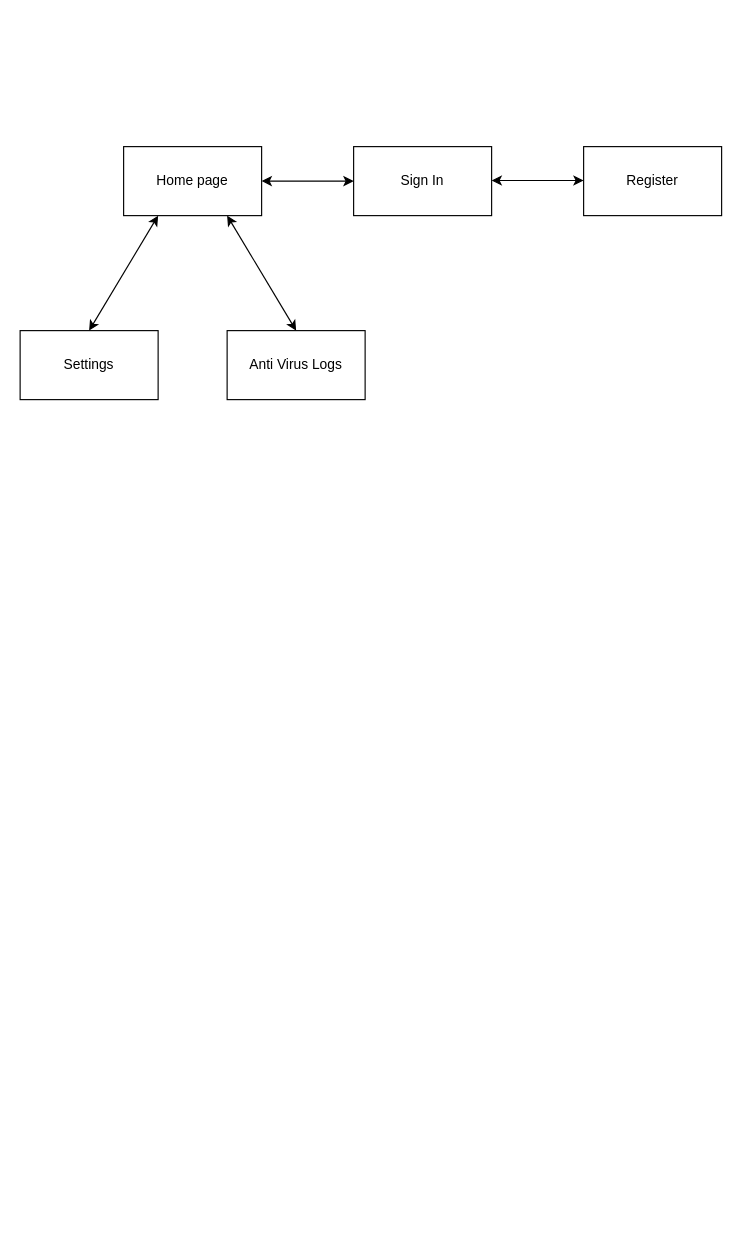
This is other/user_screens.drawio from OmriPy/Anti-Virus, a draw.io file, before an edit. Source tidied: cells renumbered, new cells numbered last; positions are measured from the earlier drawing's top-left corner, leaving out a move shared by most shapes. Both pictures are drawn from the tidied source at 115%, with x=0, y=0 at pixel (20, 146).
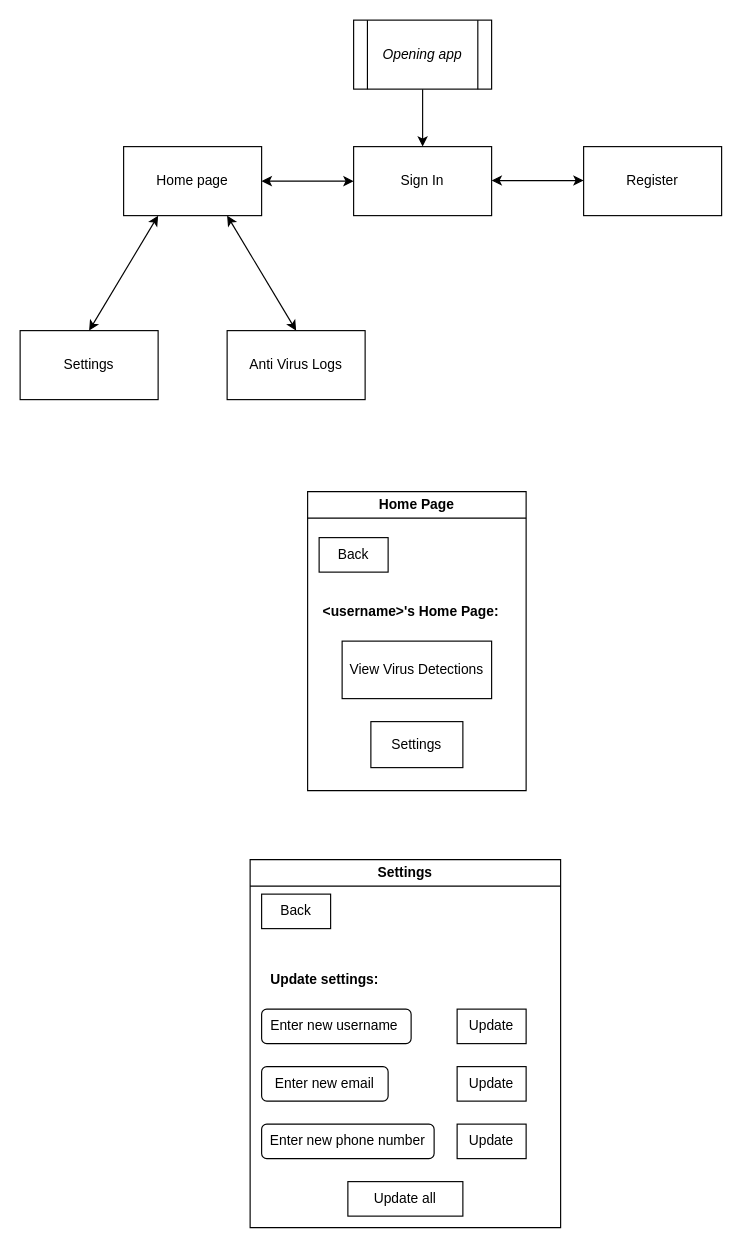
Above is the later version.

The change refers to these unchanged cells:
```xml
<mxCell id="3" value="Sign In" style="rounded=0;whiteSpace=wrap;html=1;" parent="1" vertex="1">
  <mxGeometry x="290" width="120" height="60" as="geometry" />
</mxCell>
```

Change to the diagram source:
```diff
@@
+    <mxCell id="11" style="edgeStyle=orthogonalEdgeStyle;rounded=0;jettySize=auto;html=1;entryX=0.5;entryY=0;entryDx=0;entryDy=0;" parent="1" edge="1" source="12" target="3">
+      <mxGeometry relative="1" as="geometry" />
+    </mxCell>
+    <mxCell id="12" value="&lt;i&gt;Opening app&lt;/i&gt;" style="shape=process;whiteSpace=wrap;html=1;backgroundOutline=1;" parent="1" vertex="1">
+      <mxGeometry x="290" y="-110" width="120" height="60" as="geometry" />
+    </mxCell>
+    <mxCell id="13" value="Home Page" style="swimlane;whiteSpace=wrap;html=1;" parent="1" vertex="1">
+      <mxGeometry x="250" y="300" width="190" height="260" as="geometry" />
+    </mxCell>
+    <mxCell id="14" value="Back" style="rounded=0;whiteSpace=wrap;html=1;" parent="13" vertex="1">
+      <mxGeometry x="10" y="40" width="60" height="30" as="geometry" />
+    </mxCell>
+    <mxCell id="15" value="&lt;b&gt;&amp;lt;username&amp;gt;'s Home Page:&lt;/b&gt;" style="text;html=1;align=center;verticalAlign=middle;whiteSpace=wrap;rounded=0;" parent="13" vertex="1">
+      <mxGeometry x="10" y="90" width="160" height="30" as="geometry" />
+    </mxCell>
+    <mxCell id="16" value="View Virus Detections" style="rounded=0;whiteSpace=wrap;html=1;" parent="13" vertex="1">
+      <mxGeometry x="30" y="130" width="130" height="50" as="geometry" />
+    </mxCell>
+    <mxCell id="17" value="Settings" style="rounded=0;whiteSpace=wrap;html=1;" parent="13" vertex="1">
+      <mxGeometry x="55" y="200" width="80" height="40" as="geometry" />
+    </mxCell>
+    <mxCell id="18" value="Settings" style="swimlane;whiteSpace=wrap;html=1;" parent="1" vertex="1">
+      <mxGeometry x="200" y="620" width="270" height="320" as="geometry" />
+    </mxCell>
+    <mxCell id="19" value="Back" style="rounded=0;whiteSpace=wrap;html=1;" parent="18" vertex="1">
+      <mxGeometry x="10" y="30" width="60" height="30" as="geometry" />
+    </mxCell>
+    <mxCell id="20" value="Enter new username&amp;nbsp;" style="rounded=1;whiteSpace=wrap;html=1;" parent="18" vertex="1">
+      <mxGeometry x="10" y="130" width="130" height="30" as="geometry" />
+    </mxCell>
+    <mxCell id="21" value="Update" style="rounded=0;whiteSpace=wrap;html=1;" parent="18" vertex="1">
+      <mxGeometry x="180" y="130" width="60" height="30" as="geometry" />
+    </mxCell>
+    <mxCell id="22" value="&lt;b&gt;Update settings:&lt;/b&gt;" style="text;html=1;align=center;verticalAlign=middle;whiteSpace=wrap;rounded=0;" parent="18" vertex="1">
+      <mxGeometry x="10" y="90" width="110" height="30" as="geometry" />
+    </mxCell>
+    <mxCell id="23" value="Enter new phone number" style="rounded=1;whiteSpace=wrap;html=1;" parent="18" vertex="1">
+      <mxGeometry x="10" y="230" width="150" height="30" as="geometry" />
+    </mxCell>
+    <mxCell id="24" value="Update" style="rounded=0;whiteSpace=wrap;html=1;" parent="18" vertex="1">
+      <mxGeometry x="180" y="230" width="60" height="30" as="geometry" />
+    </mxCell>
+    <mxCell id="25" value="Enter new email" style="rounded=1;whiteSpace=wrap;html=1;" parent="18" vertex="1">
+      <mxGeometry x="10" y="180" width="110" height="30" as="geometry" />
+    </mxCell>
+    <mxCell id="26" value="Update" style="rounded=0;whiteSpace=wrap;html=1;" parent="18" vertex="1">
+      <mxGeometry x="180" y="180" width="60" height="30" as="geometry" />
+    </mxCell>
+    <mxCell id="27" value="Update all" style="rounded=0;whiteSpace=wrap;html=1;" parent="18" vertex="1">
+      <mxGeometry x="85" y="280" width="100" height="30" as="geometry" />
+    </mxCell>
```
